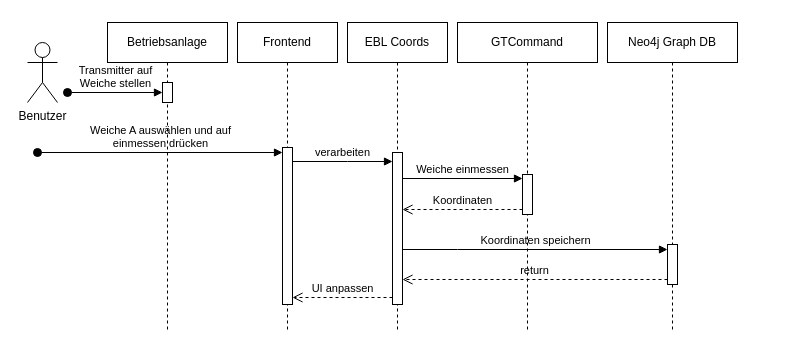
Earlier version of the draw.io diagram procedural/TopLevel_MeassureTrainswitch.drawio (pascalreiss/draw_io_stuff). Source tidied: cells renumbered, new cells numbered last; positions are measured from the earlier drawing's top-left corner, leaving out a move shared by most shapes. Both pictures are drawn from the tidied source at 100%, with x=0, y=0 at pixel (27, 22).
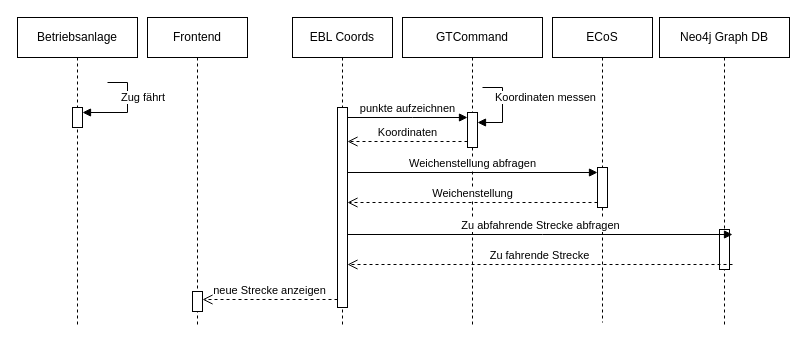
Above is the later version.

The edit, as a diff of the source:
```diff
@@
     <mxCell id="2" value="Neo4j Graph DB" style="shape=umlLifeline;perimeter=lifelinePerimeter;whiteSpace=wrap;html=1;newEdgeStyle={&quot;curved&quot;:0,&quot;rounded&quot;:0};" parent="1" vertex="1">
-      <mxGeometry x="580" width="130" height="310" as="geometry" />
+      <mxGeometry x="632" y="-5" width="130" height="310" as="geometry" />
     </mxCell>
-    <mxCell id="3" style="html=1;points=[[0,0,0,0,5],[0,1,0,0,-5],[1,0,0,0,5],[1,1,0,0,-5]];perimeter=orthogonalPerimeter;outlineConnect=0;targetShapes=umlLifeline;portConstraint=eastwest;newEdgeStyle={&quot;curved&quot;:0,&quot;rounded&quot;:0};" parent="2" vertex="1">
-      <mxGeometry x="60" y="222" width="10" height="40" as="geometry" />
-    </mxCell>
-    <mxCell id="4" value="Koordinaten speichern" style="html=1;verticalAlign=bottom;endArrow=block;curved=0;rounded=0;" parent="2" edge="1" target="3">
-      <mxGeometry relative="1" as="geometry">
-        <mxPoint x="-205" y="227" as="sourcePoint" />
-        <Array as="points">
-          <mxPoint x="-150" y="227" />
-        </Array>
-      </mxGeometry>
-    </mxCell>
-    <mxCell id="5" value="return" style="html=1;verticalAlign=bottom;endArrow=open;dashed=1;endSize=8;curved=0;rounded=0;" parent="2" edge="1" source="3">
-      <mxGeometry relative="1" as="geometry">
-        <mxPoint x="-205" y="257" as="targetPoint" />
-      </mxGeometry>
-    </mxCell>
+    <mxCell id="21" style="html=1;perimeter=orthogonalPerimeter;targetShapes=umlLifeline;newEdgeStyle={&quot;curved&quot;:0,&quot;rounded&quot;:0};" parent="2" vertex="1">
+      <mxGeometry x="60" y="212" width="10" height="40" as="geometry" />
+    </mxCell>
     <mxCell id="6" value="EBL Coords" style="shape=umlLifeline;perimeter=lifelinePerimeter;whiteSpace=wrap;html=1;newEdgeStyle={&quot;curved&quot;:0,&quot;rounded&quot;:0};" parent="1" vertex="1">
-      <mxGeometry x="320" width="100" height="310" as="geometry" />
+      <mxGeometry x="265" y="-5" width="100" height="310" as="geometry" />
     </mxCell>
-    <mxCell id="7" style="html=1;perimeter=orthogonalPerimeter;targetShapes=umlLifeline;newEdgeStyle={&quot;curved&quot;:0,&quot;rounded&quot;:0};" parent="6" vertex="1">
-      <mxGeometry x="45" y="130" width="10" height="152" as="geometry" />
-    </mxCell>
-    <mxCell id="8" value="Benutzer" style="shape=umlActor;verticalLabelPosition=bottom;verticalAlign=top;html=1;" parent="1" vertex="1">
-      <mxGeometry y="20" width="30" height="60" as="geometry" />
-    </mxCell>
-    <mxCell id="9" value="Weiche A auswählen und auf &lt;br&gt;einmessen drücken" style="html=1;verticalAlign=bottom;startArrow=oval;startFill=1;endArrow=block;startSize=8;curved=0;rounded=0;" parent="1" edge="1" target="11">
-      <mxGeometry relative="1" as="geometry">
-        <mxPoint x="10" y="130" as="sourcePoint" />
-      </mxGeometry>
-    </mxCell>
+    <mxCell id="22" style="html=1;points=[[0,0,0,0,5],[0,1,0,0,-5],[1,0,0,0,5],[1,1,0,0,-5]];perimeter=orthogonalPerimeter;outlineConnect=0;targetShapes=umlLifeline;portConstraint=eastwest;newEdgeStyle={&quot;curved&quot;:0,&quot;rounded&quot;:0};" parent="6" vertex="1">
+      <mxGeometry x="45" y="90" width="10" height="200" as="geometry" />
+    </mxCell>
     <mxCell id="10" value="Frontend" style="shape=umlLifeline;perimeter=lifelinePerimeter;whiteSpace=wrap;html=1;newEdgeStyle={&quot;curved&quot;:0,&quot;rounded&quot;:0};" parent="1" vertex="1">
-      <mxGeometry x="210" width="100" height="310" as="geometry" />
+      <mxGeometry x="120" y="-5" width="100" height="310" as="geometry" />
     </mxCell>
-    <mxCell id="11" style="html=1;points=[[0,0,0,0,5],[0,1,0,0,-5],[1,0,0,0,5],[1,1,0,0,-5]];perimeter=orthogonalPerimeter;outlineConnect=0;targetShapes=umlLifeline;portConstraint=eastwest;newEdgeStyle={&quot;curved&quot;:0,&quot;rounded&quot;:0};" parent="10" vertex="1">
-      <mxGeometry x="45" y="125" width="10" height="157" as="geometry" />
-    </mxCell>
-    <mxCell id="12" value="verarbeiten" style="html=1;verticalAlign=bottom;endArrow=block;curved=0;rounded=0;" parent="1" edge="1">
-      <mxGeometry relative="1" as="geometry">
-        <mxPoint x="265" y="139" as="sourcePoint" />
-        <mxPoint x="365" y="139" as="targetPoint" />
-        <Array as="points">
-          <mxPoint x="320" y="139" />
-        </Array>
-      </mxGeometry>
-    </mxCell>
-    <mxCell id="13" value="UI anpassen" style="html=1;verticalAlign=bottom;endArrow=open;dashed=1;endSize=8;curved=0;rounded=0;" parent="1" edge="1">
-      <mxGeometry relative="1" as="geometry">
-        <mxPoint x="365" y="275" as="sourcePoint" />
-        <mxPoint x="265" y="275" as="targetPoint" />
-      </mxGeometry>
-    </mxCell>
+    <mxCell id="23" style="html=1;points=[[0,0,0,0,5],[0,1,0,0,-5],[1,0,0,0,5],[1,1,0,0,-5]];perimeter=orthogonalPerimeter;outlineConnect=0;targetShapes=umlLifeline;portConstraint=eastwest;newEdgeStyle={&quot;curved&quot;:0,&quot;rounded&quot;:0};" parent="10" vertex="1">
+      <mxGeometry x="45" y="274" width="10" height="20" as="geometry" />
+    </mxCell>
     <mxCell id="14" value="Betriebsanlage" style="shape=umlLifeline;perimeter=lifelinePerimeter;whiteSpace=wrap;html=1;newEdgeStyle={&quot;curved&quot;:0,&quot;rounded&quot;:0};" parent="1" vertex="1">
-      <mxGeometry x="80" width="120" height="310" as="geometry" />
+      <mxGeometry x="-10" y="-5" width="120" height="310" as="geometry" />
     </mxCell>
-    <mxCell id="15" style="html=1;points=[[0,0,0,0,5],[0,1,0,0,-5],[1,0,0,0,5],[1,1,0,0,-5]];perimeter=orthogonalPerimeter;outlineConnect=0;targetShapes=umlLifeline;portConstraint=eastwest;newEdgeStyle={&quot;curved&quot;:0,&quot;rounded&quot;:0};" parent="14" vertex="1">
-      <mxGeometry x="55" y="60" width="10" height="20" as="geometry" />
-    </mxCell>
+    <mxCell id="24" style="html=1;points=[[0,0,0,0,5],[0,1,0,0,-5],[1,0,0,0,5],[1,1,0,0,-5]];perimeter=orthogonalPerimeter;outlineConnect=0;targetShapes=umlLifeline;portConstraint=eastwest;newEdgeStyle={&quot;curved&quot;:0,&quot;rounded&quot;:0};" parent="14" vertex="1">
+      <mxGeometry x="55" y="90" width="10" height="20" as="geometry" />
+    </mxCell>
+    <mxCell id="25" value="Zug fährt" style="html=1;align=left;spacingLeft=2;endArrow=block;rounded=0;edgeStyle=orthogonalEdgeStyle;curved=0;rounded=0;" parent="14" edge="1" target="24">
+      <mxGeometry x="-0.26" y="-10" relative="1" as="geometry">
+        <mxPoint x="90" y="65" as="sourcePoint" />
+        <Array as="points">
+          <mxPoint x="110" y="65" />
+          <mxPoint x="110" y="95" />
+        </Array>
+      </mxGeometry>
+    </mxCell>
     <mxCell id="16" value="GTCommand" style="shape=umlLifeline;perimeter=lifelinePerimeter;whiteSpace=wrap;html=1;newEdgeStyle={&quot;curved&quot;:0,&quot;rounded&quot;:0};" parent="1" vertex="1">
-      <mxGeometry x="430" width="140" height="310" as="geometry" />
+      <mxGeometry x="375" y="-5" width="140" height="310" as="geometry" />
     </mxCell>
-    <mxCell id="17" style="html=1;perimeter=orthogonalPerimeter;targetShapes=umlLifeline;newEdgeStyle={&quot;curved&quot;:0,&quot;rounded&quot;:0};" parent="16" vertex="1">
-      <mxGeometry x="65" y="152" width="10" height="40" as="geometry" />
-    </mxCell>
-    <mxCell id="18" value="Weiche einmessen" style="html=1;verticalAlign=bottom;endArrow=block;curved=0;rounded=0;" parent="1" edge="1">
-      <mxGeometry relative="1" as="geometry">
-        <mxPoint x="375" y="156" as="sourcePoint" />
-        <mxPoint x="495" y="156" as="targetPoint" />
-      </mxGeometry>
-    </mxCell>
+    <mxCell id="26" style="html=1;points=[[0,0,0,0,5],[0,1,0,0,-5],[1,0,0,0,5],[1,1,0,0,-5]];perimeter=orthogonalPerimeter;outlineConnect=0;targetShapes=umlLifeline;portConstraint=eastwest;newEdgeStyle={&quot;curved&quot;:0,&quot;rounded&quot;:0};" parent="16" vertex="1">
+      <mxGeometry x="65" y="95" width="10" height="35" as="geometry" />
+    </mxCell>
+    <mxCell id="27" value="Koordinaten messen" style="html=1;align=left;spacingLeft=2;endArrow=block;rounded=0;edgeStyle=orthogonalEdgeStyle;curved=0;rounded=0;" parent="16" edge="1" target="26">
+      <mxGeometry x="-0.78" y="-10" relative="1" as="geometry">
+        <mxPoint x="80" y="70" as="sourcePoint" />
+        <Array as="points">
+          <mxPoint x="100" y="70" />
+          <mxPoint x="100" y="105" />
+        </Array>
+      </mxGeometry>
+    </mxCell>
+    <mxCell id="28" value="punkte aufzeichnen" style="html=1;verticalAlign=bottom;endArrow=block;curved=0;rounded=0;" parent="1" edge="1" source="22" target="26">
+      <mxGeometry relative="1" as="geometry">
+        <Array as="points">
+          <mxPoint x="385" y="95" />
+        </Array>
+      </mxGeometry>
+    </mxCell>
     <mxCell id="19" value="Koordinaten" style="html=1;verticalAlign=bottom;endArrow=open;dashed=1;endSize=8;curved=0;rounded=0;" parent="1" edge="1">
       <mxGeometry relative="1" as="geometry">
-        <mxPoint x="495" y="187" as="sourcePoint" />
-        <mxPoint x="375" y="187" as="targetPoint" />
+        <mxPoint x="440" y="119" as="sourcePoint" />
+        <mxPoint x="320" y="119" as="targetPoint" />
+        <Array as="points">
+          <mxPoint x="375" y="119" />
+        </Array>
       </mxGeometry>
     </mxCell>
-    <mxCell id="20" value="Transmitter auf &lt;br&gt;Weiche stellen" style="html=1;verticalAlign=bottom;startArrow=oval;startFill=1;endArrow=block;startSize=8;curved=0;rounded=0;" parent="1" edge="1" target="15">
-      <mxGeometry relative="1" as="geometry">
-        <mxPoint x="40" y="70" as="sourcePoint" />
-      </mxGeometry>
-    </mxCell>
+    <mxCell id="29" value="ECoS" style="shape=umlLifeline;perimeter=lifelinePerimeter;whiteSpace=wrap;html=1;newEdgeStyle={&quot;curved&quot;:0,&quot;rounded&quot;:0};" parent="1" vertex="1">
+      <mxGeometry x="525" y="-5" width="100" height="305" as="geometry" />
+    </mxCell>
+    <mxCell id="30" style="html=1;points=[[0,0,0,0,5],[0,1,0,0,-5],[1,0,0,0,5],[1,1,0,0,-5]];perimeter=orthogonalPerimeter;outlineConnect=0;targetShapes=umlLifeline;portConstraint=eastwest;newEdgeStyle={&quot;curved&quot;:0,&quot;rounded&quot;:0};" parent="29" vertex="1">
+      <mxGeometry x="45" y="150" width="10" height="40" as="geometry" />
+    </mxCell>
+    <mxCell id="31" value="Weichenstellung" style="html=1;verticalAlign=bottom;endArrow=open;dashed=1;endSize=8;curved=0;rounded=0;exitX=0;exitY=1;exitDx=0;exitDy=-5;" parent="1" edge="1" source="30" target="22">
+      <mxGeometry relative="1" as="geometry" />
+    </mxCell>
+    <mxCell id="32" value="Weichenstellung abfragen" style="html=1;verticalAlign=bottom;endArrow=block;curved=0;rounded=0;" parent="1" edge="1">
+      <mxGeometry relative="1" as="geometry">
+        <mxPoint x="320" y="150" as="sourcePoint" />
+        <mxPoint x="570" y="150" as="targetPoint" />
+      </mxGeometry>
+    </mxCell>
+    <mxCell id="33" value="Zu fahrende Strecke" style="html=1;verticalAlign=bottom;endArrow=open;dashed=1;endSize=8;curved=0;rounded=0;" parent="1" edge="1">
+      <mxGeometry relative="1" as="geometry">
+        <mxPoint x="705" y="242" as="sourcePoint" />
+        <mxPoint x="320" y="242" as="targetPoint" />
+      </mxGeometry>
+    </mxCell>
+    <mxCell id="34" value="Zu abfahrende Strecke abfragen" style="html=1;verticalAlign=bottom;endArrow=block;curved=0;rounded=0;" parent="1" edge="1">
+      <mxGeometry relative="1" as="geometry">
+        <mxPoint x="320" y="212" as="sourcePoint" />
+        <mxPoint x="705" y="212" as="targetPoint" />
+        <Array as="points">
+          <mxPoint x="515" y="212" />
+        </Array>
+      </mxGeometry>
+    </mxCell>
+    <mxCell id="35" value="neue Strecke anzeigen" style="html=1;verticalAlign=bottom;endArrow=open;dashed=1;endSize=8;curved=0;rounded=0;" parent="1" edge="1" target="23">
+      <mxGeometry relative="1" as="geometry">
+        <mxPoint x="310" y="277" as="sourcePoint" />
+      </mxGeometry>
+    </mxCell>
```
